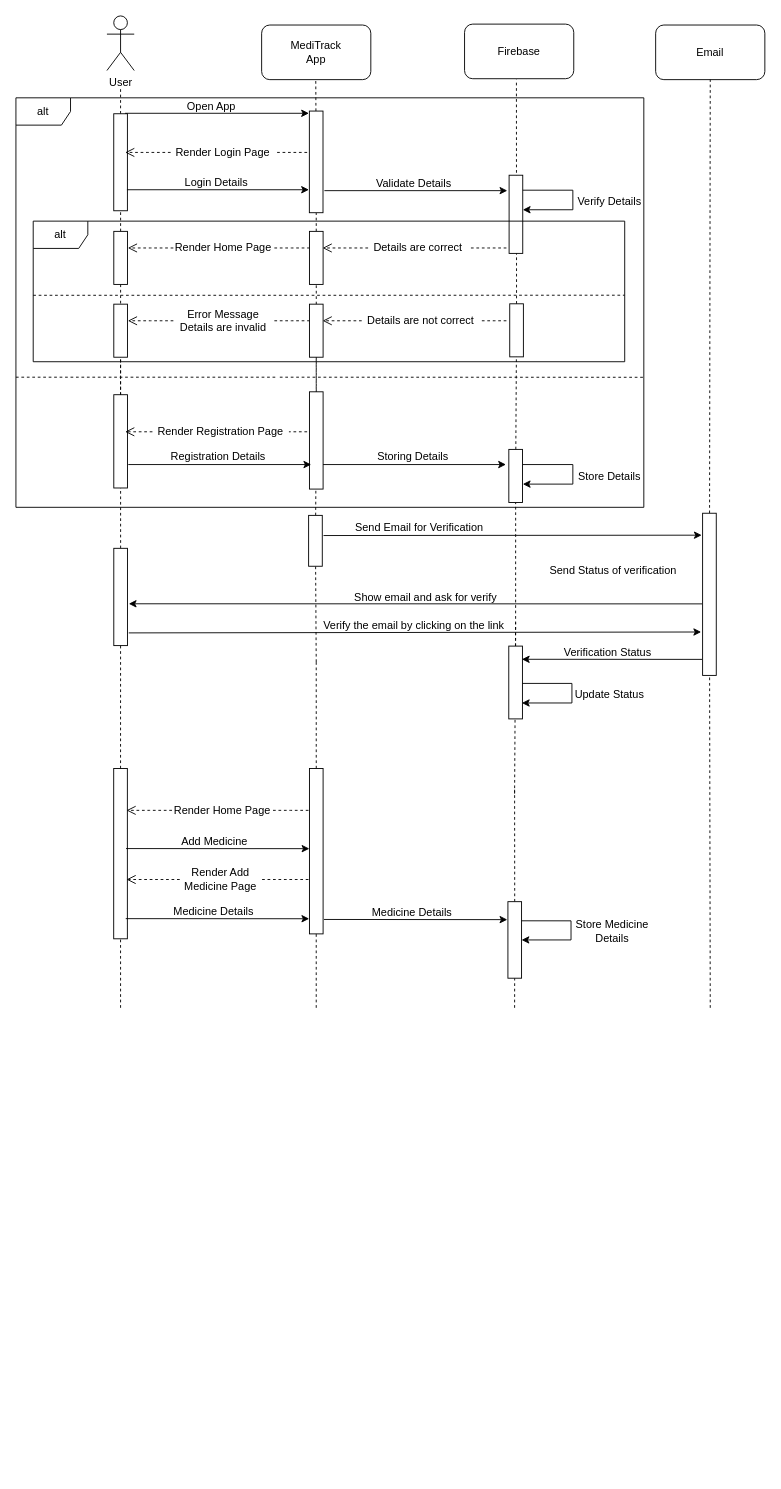
Above: Sequence_Diagram_MediTrack.drawio in SJPatel123/CP-III (draw.io), before the change. Source tidied: cells renumbered, new cells numbered last; positions are measured from the earlier drawing's top-left corner, leaving out a move shared by most shapes. Both pictures are drawn from the tidied source at 91%, with x=0, y=0 at pixel (15, 15).
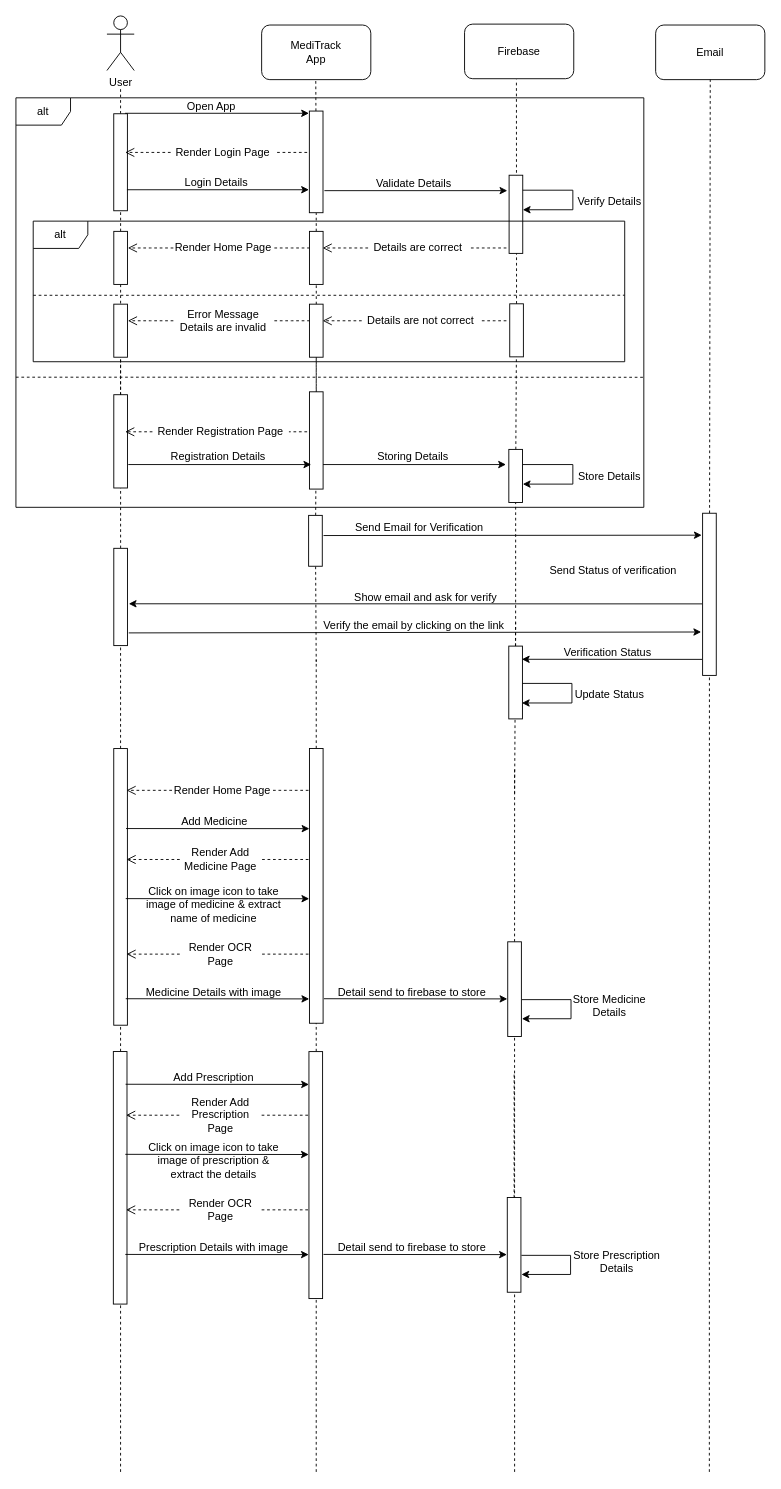
Above is the later version.

The change refers to these unchanged cells:
```xml
<mxCell id="89" style="rounded=0;whiteSpace=wrap;html=1;rotation=90;" parent="1" vertex="1">
  <mxGeometry x="673" y="628.1" width="178.2" height="15" as="geometry" />
</mxCell>
```

Change to the diagram source:
```diff
@@
     <mxCell id="27" style="endArrow=none;dashed=1;html=1;rounded=0;startArrow=none;" parent="1" edge="1">
       <mxGeometry relative="1" as="geometry">
-        <mxPoint x="330" y="1090" as="sourcePoint" />
-        <mxPoint x="330" y="962.1" as="targetPoint" />
+        <mxPoint x="330" y="1600" as="sourcePoint" />
+        <mxPoint x="330" y="940.1" as="targetPoint" />
       </mxGeometry>
     </mxCell>
     <mxCell id="28" style="endArrow=none;dashed=1;html=1;rounded=0;startArrow=none;" parent="1" edge="1" source="114">
       <mxGeometry relative="1" as="geometry">
-        <mxPoint x="548" y="850" as="targetPoint" />
+        <mxPoint x="548" y="828" as="targetPoint" />
       </mxGeometry>
     </mxCell>
@@
     <mxCell id="88" style="endArrow=none;dashed=1;html=1;rounded=0;startArrow=none;" parent="1" edge="1" target="89">
       <mxGeometry relative="1" as="geometry">
-        <mxPoint x="763" y="1090" as="sourcePoint" />
+        <mxPoint x="762" y="1600" as="sourcePoint" />
       </mxGeometry>
     </mxCell>
@@
     <mxCell id="99" style="endArrow=none;dashed=1;html=1;rounded=0;startArrow=none;" parent="1" edge="1" target="100">
       <mxGeometry relative="1" as="geometry">
-        <mxPoint x="115" y="1090" as="sourcePoint" />
+        <mxPoint x="115" y="1600" as="sourcePoint" />
       </mxGeometry>
     </mxCell>
     <mxCell id="100" style="rounded=0;whiteSpace=wrap;html=1;rotation=90;" parent="1" vertex="1">
-      <mxGeometry x="21.4" y="913.1" width="187.1" height="15" as="geometry" />
+      <mxGeometry x="-37" y="949.6" width="304" height="15" as="geometry" />
     </mxCell>
     <mxCell id="101" style="endArrow=none;dashed=1;html=1;rounded=0;startArrow=none;" parent="1" edge="1" target="102">
       <mxGeometry relative="1" as="geometry">
-        <mxPoint x="330" y="994" as="sourcePoint" />
+        <mxPoint x="330" y="972" as="sourcePoint" />
       </mxGeometry>
     </mxCell>
     <mxCell id="102" style="rounded=0;whiteSpace=wrap;html=1;rotation=90;" parent="1" vertex="1">
-      <mxGeometry x="239.2" y="910.4" width="181.7" height="15" as="geometry" />
+      <mxGeometry x="179.1" y="948.5" width="301.9" height="15" as="geometry" />
     </mxCell>
     <mxCell id="103" style="html=1;verticalAlign=bottom;endArrow=open;dashed=1;endSize=8;edgeStyle=elbowEdgeStyle;elbow=vertical;curved=0;rounded=0;startArrow=none;" parent="1" edge="1" source="105">
       <mxGeometry x="-1" y="-355" relative="1" as="geometry">
-        <mxPoint x="121.5" y="873" as="targetPoint" />
+        <mxPoint x="121.5" y="851" as="targetPoint" />
         <mxPoint x="350" y="295" as="offset" />
       </mxGeometry>
     </mxCell>
     <mxCell id="104" style="html=1;verticalAlign=bottom;endArrow=none;dashed=1;endSize=8;edgeStyle=elbowEdgeStyle;elbow=vertical;curved=0;rounded=0;" parent="1" edge="1" target="105">
       <mxGeometry x="-1" y="-355" relative="1" as="geometry">
-        <mxPoint x="321.5" y="873" as="sourcePoint" />
+        <mxPoint x="321.5" y="851" as="sourcePoint" />
         <mxPoint x="350" y="295" as="offset" />
       </mxGeometry>
     </mxCell>
     <mxCell id="105" value="Render Home Page" style="text;html=1;strokeColor=none;fillColor=none;align=center;verticalAlign=middle;whiteSpace=wrap;rounded=0;" parent="1" vertex="1">
-      <mxGeometry x="171.5" y="858" width="110" height="30" as="geometry" />
+      <mxGeometry x="171.5" y="836" width="110" height="30" as="geometry" />
     </mxCell>
     <mxCell id="106" style="endArrow=classic;html=1;rounded=0;exitX=0.57;exitY=-0.167;exitDx=0;exitDy=0;exitPerimeter=0;" parent="1" edge="1">
       <mxGeometry relative="1" as="geometry">
-        <mxPoint x="121" y="915" as="sourcePoint" />
-        <mxPoint x="322.5" y="915.1" as="targetPoint" />
+        <mxPoint x="121" y="893" as="sourcePoint" />
+        <mxPoint x="322.5" y="893.1" as="targetPoint" />
       </mxGeometry>
     </mxCell>
     <mxCell id="107" value="Add Medicine" style="text;html=1;align=center;verticalAlign=middle;strokeColor=none;fillColor=none;" parent="1" vertex="1">
-      <mxGeometry x="167.5" y="893" width="100" height="30" as="geometry" />
+      <mxGeometry x="167.5" y="871" width="100" height="30" as="geometry" />
     </mxCell>
     <mxCell id="108" style="html=1;verticalAlign=bottom;endArrow=open;dashed=1;endSize=8;edgeStyle=elbowEdgeStyle;elbow=vertical;curved=0;rounded=0;startArrow=none;" parent="1" edge="1" source="110">
       <mxGeometry x="-1" y="-355" relative="1" as="geometry">
-        <mxPoint x="121.5" y="949" as="targetPoint" />
+        <mxPoint x="121.5" y="927" as="targetPoint" />
         <mxPoint x="350" y="295" as="offset" />
       </mxGeometry>
     </mxCell>
     <mxCell id="109" style="html=1;verticalAlign=bottom;endArrow=none;dashed=1;endSize=8;edgeStyle=elbowEdgeStyle;elbow=vertical;curved=0;rounded=0;" parent="1" edge="1" target="110">
       <mxGeometry x="-1" y="-355" relative="1" as="geometry">
-        <mxPoint x="321.5" y="949" as="sourcePoint" />
+        <mxPoint x="321.5" y="927" as="sourcePoint" />
         <mxPoint x="350" y="295" as="offset" />
       </mxGeometry>
     </mxCell>
     <mxCell id="110" value="Render Add Medicine Page" style="text;html=1;strokeColor=none;fillColor=none;align=center;verticalAlign=middle;whiteSpace=wrap;rounded=0;" parent="1" vertex="1">
-      <mxGeometry x="180" y="934" width="90" height="30" as="geometry" />
+      <mxGeometry x="180" y="912" width="90" height="30" as="geometry" />
     </mxCell>
     <mxCell id="111" style="endArrow=classic;html=1;rounded=0;exitX=0.57;exitY=-0.167;exitDx=0;exitDy=0;exitPerimeter=0;" parent="1" edge="1">
       <mxGeometry relative="1" as="geometry">
-        <mxPoint x="120.7" y="992" as="sourcePoint" />
-        <mxPoint x="322.3" y="992.1" as="targetPoint" />
+        <mxPoint x="120.7" y="970" as="sourcePoint" />
+        <mxPoint x="322.3" y="970.1" as="targetPoint" />
       </mxGeometry>
     </mxCell>
-    <mxCell id="112" value="Medicine Details" style="text;html=1;align=center;verticalAlign=middle;strokeColor=none;fillColor=none;" parent="1" vertex="1">
-      <mxGeometry x="162.2" y="970" width="110" height="30" as="geometry" />
+    <mxCell id="112" value="Click on image icon to take&lt;br&gt;image of medicine &amp;amp; extract&lt;br&gt;name of medicine" style="text;html=1;align=center;verticalAlign=middle;strokeColor=none;fillColor=none;" parent="1" vertex="1">
+      <mxGeometry x="132.2" y="947" width="170" height="60" as="geometry" />
     </mxCell>
     <mxCell id="113" style="endArrow=none;dashed=1;html=1;rounded=0;startArrow=none;" parent="1" edge="1" target="114">
       <mxGeometry relative="1" as="geometry">
-        <mxPoint x="548" y="1090" as="sourcePoint" />
+        <mxPoint x="548" y="1600" as="sourcePoint" />
       </mxGeometry>
     </mxCell>
     <mxCell id="114" style="rounded=0;whiteSpace=wrap;html=1;rotation=90;" parent="1" vertex="1">
-      <mxGeometry x="506.1" y="1007.9" width="84.1" height="15" as="geometry" />
+      <mxGeometry x="495.9" y="1062" width="104.1" height="15" as="geometry" />
     </mxCell>
     <mxCell id="115" style="endArrow=classic;html=1;rounded=0;exitX=0.57;exitY=-0.167;exitDx=0;exitDy=0;exitPerimeter=0;" parent="1" edge="1">
       <mxGeometry relative="1" as="geometry">
-        <mxPoint x="338.5" y="992.9" as="sourcePoint" />
-        <mxPoint x="540" y="993.1" as="targetPoint" />
+        <mxPoint x="338.5" y="1080" as="sourcePoint" />
+        <mxPoint x="540" y="1080.2" as="targetPoint" />
       </mxGeometry>
     </mxCell>
-    <mxCell id="116" value="Medicine Details" style="text;html=1;align=center;verticalAlign=middle;strokeColor=none;fillColor=none;" parent="1" vertex="1">
-      <mxGeometry x="380" y="970.9" width="110" height="30" as="geometry" />
+    <mxCell id="116" value="Detail send to firebase to store" style="text;html=1;align=center;verticalAlign=middle;strokeColor=none;fillColor=none;" parent="1" vertex="1">
+      <mxGeometry x="340" y="1058" width="190" height="30" as="geometry" />
     </mxCell>
-    <mxCell id="117" style="edgeStyle=orthogonalEdgeStyle;rounded=0;orthogonalLoop=1;jettySize=auto;html=1;exitX=0.25;exitY=0;exitDx=0;exitDy=0;entryX=0.5;entryY=0;entryDx=0;entryDy=0;" parent="1" edge="1" source="114" target="114">
-      <mxGeometry relative="1" as="geometry">
-        <Array as="points">
-          <mxPoint x="610" y="994" />
-          <mxPoint x="610" y="1015" />
-        </Array>
-      </mxGeometry>
-    </mxCell>
     <mxCell id="118" value="Store Medicine&lt;br&gt;Details" style="text;html=1;align=center;verticalAlign=middle;strokeColor=none;fillColor=none;" parent="1" vertex="1">
-      <mxGeometry x="605" y="986" width="100" height="40" as="geometry" />
+      <mxGeometry x="602" y="1068" width="100" height="40" as="geometry" />
     </mxCell>
+    <mxCell id="119" style="html=1;verticalAlign=bottom;endArrow=open;dashed=1;endSize=8;edgeStyle=elbowEdgeStyle;elbow=vertical;curved=0;rounded=0;startArrow=none;" parent="1" edge="1" source="121">
+      <mxGeometry x="-1" y="-355" relative="1" as="geometry">
+        <mxPoint x="121.5" y="1031" as="targetPoint" />
+        <mxPoint x="350" y="295" as="offset" />
+      </mxGeometry>
+    </mxCell>
+    <mxCell id="120" style="html=1;verticalAlign=bottom;endArrow=none;dashed=1;endSize=8;edgeStyle=elbowEdgeStyle;elbow=vertical;curved=0;rounded=0;" parent="1" edge="1" target="121">
+      <mxGeometry x="-1" y="-355" relative="1" as="geometry">
+        <mxPoint x="321.5" y="1031" as="sourcePoint" />
+        <mxPoint x="350" y="295" as="offset" />
+      </mxGeometry>
+    </mxCell>
+    <mxCell id="121" value="Render OCR Page" style="text;html=1;strokeColor=none;fillColor=none;align=center;verticalAlign=middle;whiteSpace=wrap;rounded=0;" parent="1" vertex="1">
+      <mxGeometry x="180" y="1016" width="90" height="30" as="geometry" />
+    </mxCell>
+    <mxCell id="122" style="endArrow=classic;html=1;rounded=0;exitX=0.57;exitY=-0.167;exitDx=0;exitDy=0;exitPerimeter=0;" parent="1" edge="1">
+      <mxGeometry relative="1" as="geometry">
+        <mxPoint x="120.7" y="1080" as="sourcePoint" />
+        <mxPoint x="322.3" y="1080.2" as="targetPoint" />
+      </mxGeometry>
+    </mxCell>
+    <mxCell id="123" value="Medicine Details with image" style="text;html=1;align=center;verticalAlign=middle;strokeColor=none;fillColor=none;" parent="1" vertex="1">
+      <mxGeometry x="132.2" y="1058" width="170" height="30" as="geometry" />
+    </mxCell>
+    <mxCell id="124" style="edgeStyle=orthogonalEdgeStyle;rounded=0;orthogonalLoop=1;jettySize=auto;html=1;exitX=0.25;exitY=0;exitDx=0;exitDy=0;entryX=0.5;entryY=0;entryDx=0;entryDy=0;" parent="1" edge="1">
+      <mxGeometry relative="1" as="geometry">
+        <mxPoint x="556" y="1081" as="sourcePoint" />
+        <mxPoint x="556" y="1102" as="targetPoint" />
+        <Array as="points">
+          <mxPoint x="610" y="1081" />
+          <mxPoint x="610" y="1102" />
+        </Array>
+      </mxGeometry>
+    </mxCell>
+    <mxCell id="125" style="endArrow=none;dashed=1;html=1;rounded=0;startArrow=none;" parent="1" edge="1" source="136">
+      <mxGeometry relative="1" as="geometry">
+        <mxPoint x="547.5" y="1161" as="targetPoint" />
+      </mxGeometry>
+    </mxCell>
+    <mxCell id="126" style="rounded=0;whiteSpace=wrap;html=1;rotation=90;" parent="1" vertex="1">
+      <mxGeometry x="-24.2" y="1269.3" width="277.5" height="15" as="geometry" />
+    </mxCell>
+    <mxCell id="127" style="endArrow=none;dashed=1;html=1;rounded=0;startArrow=none;" parent="1" edge="1" target="128">
+      <mxGeometry relative="1" as="geometry">
+        <mxPoint x="329.5" y="1305" as="sourcePoint" />
+      </mxGeometry>
+    </mxCell>
+    <mxCell id="128" style="rounded=0;whiteSpace=wrap;html=1;rotation=90;" parent="1" vertex="1">
+      <mxGeometry x="193.8" y="1266.3" width="271.4" height="15" as="geometry" />
+    </mxCell>
+    <mxCell id="129" style="endArrow=classic;html=1;rounded=0;exitX=0.57;exitY=-0.167;exitDx=0;exitDy=0;exitPerimeter=0;" parent="1" edge="1">
+      <mxGeometry relative="1" as="geometry">
+        <mxPoint x="120.5" y="1174" as="sourcePoint" />
+        <mxPoint x="322" y="1174.2" as="targetPoint" />
+      </mxGeometry>
+    </mxCell>
+    <mxCell id="130" value="Add Prescription" style="text;html=1;align=center;verticalAlign=middle;strokeColor=none;fillColor=none;" parent="1" vertex="1">
+      <mxGeometry x="162" y="1152" width="110" height="30" as="geometry" />
+    </mxCell>
+    <mxCell id="131" style="html=1;verticalAlign=bottom;endArrow=open;dashed=1;endSize=8;edgeStyle=elbowEdgeStyle;elbow=vertical;curved=0;rounded=0;startArrow=none;" parent="1" edge="1" source="133">
+      <mxGeometry x="-1" y="-355" relative="1" as="geometry">
+        <mxPoint x="121" y="1208" as="targetPoint" />
+        <mxPoint x="350" y="295" as="offset" />
+      </mxGeometry>
+    </mxCell>
+    <mxCell id="132" style="html=1;verticalAlign=bottom;endArrow=none;dashed=1;endSize=8;edgeStyle=elbowEdgeStyle;elbow=vertical;curved=0;rounded=0;" parent="1" edge="1" target="133">
+      <mxGeometry x="-1" y="-355" relative="1" as="geometry">
+        <mxPoint x="321" y="1208" as="sourcePoint" />
+        <mxPoint x="350" y="295" as="offset" />
+      </mxGeometry>
+    </mxCell>
+    <mxCell id="133" value="Render Add Prescription Page" style="text;html=1;strokeColor=none;fillColor=none;align=center;verticalAlign=middle;whiteSpace=wrap;rounded=0;" parent="1" vertex="1">
+      <mxGeometry x="179.5" y="1193" width="90" height="30" as="geometry" />
+    </mxCell>
+    <mxCell id="134" style="endArrow=classic;html=1;rounded=0;exitX=0.57;exitY=-0.167;exitDx=0;exitDy=0;exitPerimeter=0;" parent="1" edge="1">
+      <mxGeometry relative="1" as="geometry">
+        <mxPoint x="120.2" y="1251" as="sourcePoint" />
+        <mxPoint x="321.8" y="1251.2" as="targetPoint" />
+      </mxGeometry>
+    </mxCell>
+    <mxCell id="135" value="Click on image icon to take&lt;br&gt;image of prescription &amp;amp;&lt;br&gt;extract the details" style="text;html=1;align=center;verticalAlign=middle;strokeColor=none;fillColor=none;" parent="1" vertex="1">
+      <mxGeometry x="131.7" y="1228" width="170" height="60" as="geometry" />
+    </mxCell>
+    <mxCell id="136" style="rounded=0;whiteSpace=wrap;html=1;rotation=90;" parent="1" vertex="1">
+      <mxGeometry x="495.4" y="1343" width="104.1" height="15" as="geometry" />
+    </mxCell>
+    <mxCell id="137" style="endArrow=classic;html=1;rounded=0;exitX=0.57;exitY=-0.167;exitDx=0;exitDy=0;exitPerimeter=0;" parent="1" edge="1">
+      <mxGeometry relative="1" as="geometry">
+        <mxPoint x="338" y="1361" as="sourcePoint" />
+        <mxPoint x="539.5" y="1361.2" as="targetPoint" />
+      </mxGeometry>
+    </mxCell>
+    <mxCell id="138" value="Detail send to firebase to store" style="text;html=1;align=center;verticalAlign=middle;strokeColor=none;fillColor=none;" parent="1" vertex="1">
+      <mxGeometry x="339.5" y="1339" width="190" height="30" as="geometry" />
+    </mxCell>
+    <mxCell id="139" value="Store Prescription&lt;br&gt;Details" style="text;html=1;align=center;verticalAlign=middle;strokeColor=none;fillColor=none;" parent="1" vertex="1">
+      <mxGeometry x="599.5" y="1349" width="120" height="40" as="geometry" />
+    </mxCell>
+    <mxCell id="140" style="html=1;verticalAlign=bottom;endArrow=open;dashed=1;endSize=8;edgeStyle=elbowEdgeStyle;elbow=vertical;curved=0;rounded=0;startArrow=none;" parent="1" edge="1" source="142">
+      <mxGeometry x="-1" y="-355" relative="1" as="geometry">
+        <mxPoint x="121" y="1312" as="targetPoint" />
+        <mxPoint x="350" y="295" as="offset" />
+      </mxGeometry>
+    </mxCell>
+    <mxCell id="141" style="html=1;verticalAlign=bottom;endArrow=none;dashed=1;endSize=8;edgeStyle=elbowEdgeStyle;elbow=vertical;curved=0;rounded=0;" parent="1" edge="1" target="142">
+      <mxGeometry x="-1" y="-355" relative="1" as="geometry">
+        <mxPoint x="321" y="1312" as="sourcePoint" />
+        <mxPoint x="350" y="295" as="offset" />
+      </mxGeometry>
+    </mxCell>
+    <mxCell id="142" value="Render OCR Page" style="text;html=1;strokeColor=none;fillColor=none;align=center;verticalAlign=middle;whiteSpace=wrap;rounded=0;" parent="1" vertex="1">
+      <mxGeometry x="179.5" y="1297" width="90" height="30" as="geometry" />
+    </mxCell>
+    <mxCell id="143" style="endArrow=classic;html=1;rounded=0;exitX=0.57;exitY=-0.167;exitDx=0;exitDy=0;exitPerimeter=0;" parent="1" edge="1">
+      <mxGeometry relative="1" as="geometry">
+        <mxPoint x="120.2" y="1361" as="sourcePoint" />
+        <mxPoint x="321.8" y="1361.2" as="targetPoint" />
+      </mxGeometry>
+    </mxCell>
+    <mxCell id="144" value="Prescription Details with image" style="text;html=1;align=center;verticalAlign=middle;strokeColor=none;fillColor=none;" parent="1" vertex="1">
+      <mxGeometry x="121.7" y="1339" width="190" height="30" as="geometry" />
+    </mxCell>
+    <mxCell id="145" style="edgeStyle=orthogonalEdgeStyle;rounded=0;orthogonalLoop=1;jettySize=auto;html=1;exitX=0.25;exitY=0;exitDx=0;exitDy=0;entryX=0.5;entryY=0;entryDx=0;entryDy=0;" parent="1" edge="1">
+      <mxGeometry relative="1" as="geometry">
+        <mxPoint x="555.5" y="1362" as="sourcePoint" />
+        <mxPoint x="555.5" y="1383" as="targetPoint" />
+        <Array as="points">
+          <mxPoint x="609.5" y="1362" />
+          <mxPoint x="609.5" y="1383" />
+        </Array>
+      </mxGeometry>
+    </mxCell>
```
